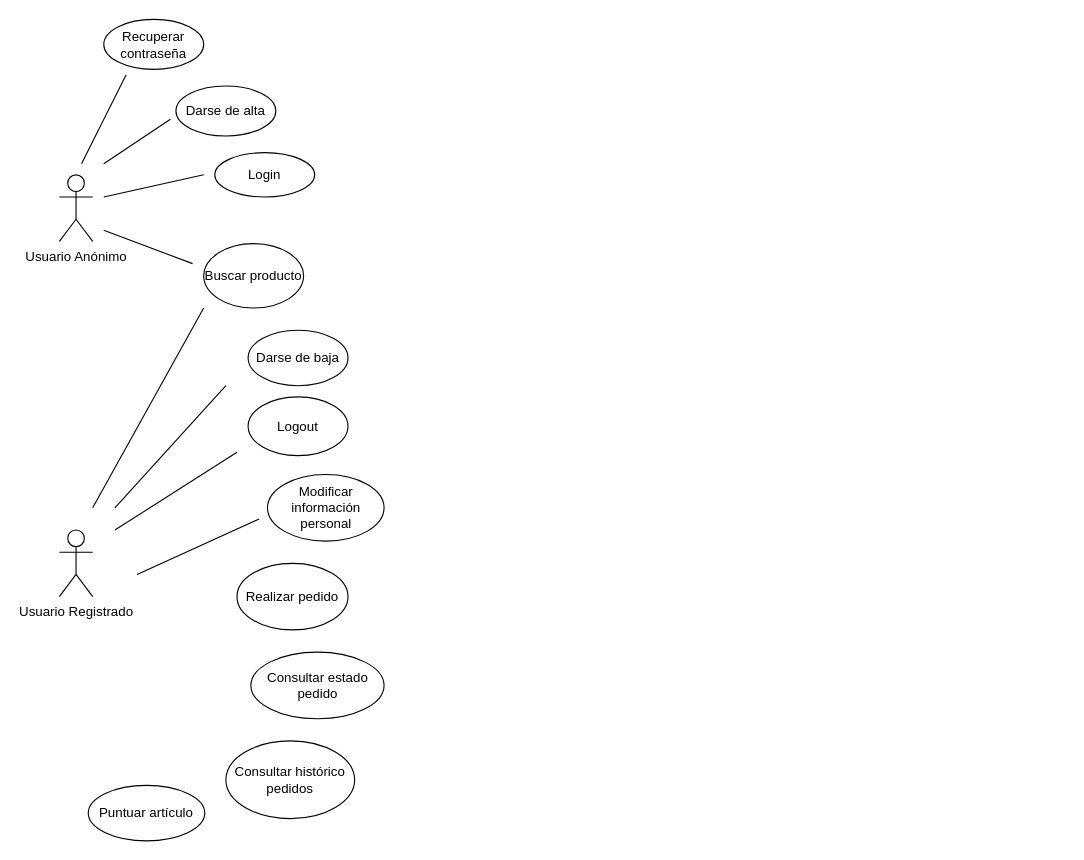
Before: Use-Case Diagram.drawio in misrraimsp/firstmarket, a draw.io diagram. Source tidied: cells renumbered, new cells numbered last; positions are measured from the earlier drawing's top-left corner, leaving out a move shared by most shapes. Both pictures are drawn from the tidied source at 111%, with x=0, y=0 at pixel (59, 19).
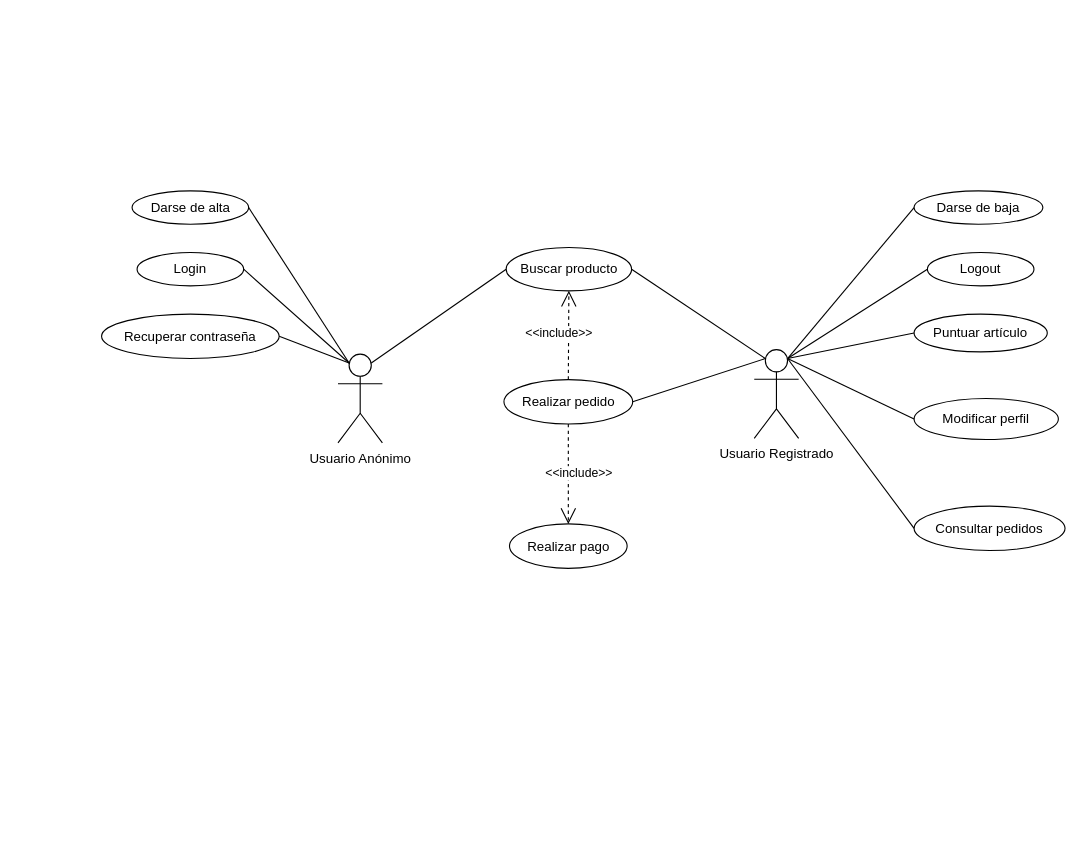
The same page after the edit.

Commit message (it also covers changes not shown here):
adding new use-case spec

What changed in the source:
```diff
@@
     <mxCell id="2" value="&lt;div&gt;Usuario Anónimo&lt;/div&gt;" style="shape=umlActor;verticalLabelPosition=bottom;labelBackgroundColor=#ffffff;verticalAlign=top;html=1;outlineConnect=0;" parent="1" vertex="1">
-      <mxGeometry y="140" width="30" height="60" as="geometry" />
+      <mxGeometry x="251" y="301.5" width="40" height="80" as="geometry" />
     </mxCell>
-    <mxCell id="3" value="Usuario Registrado" style="shape=umlActor;verticalLabelPosition=bottom;labelBackgroundColor=#ffffff;verticalAlign=top;html=1;outlineConnect=0;" parent="1" vertex="1">
-      <mxGeometry y="460" width="30" height="60" as="geometry" />
-    </mxCell>
     <mxCell id="4" value="Darse de alta" style="ellipse;whiteSpace=wrap;html=1;" parent="1" vertex="1">
-      <mxGeometry x="105" y="60" width="90" height="45" as="geometry" />
+      <mxGeometry x="65.5" y="154.5" width="105" height="30" as="geometry" />
     </mxCell>
-    <mxCell id="5" value="Login" style="ellipse;whiteSpace=wrap;html=1;" parent="1" vertex="1">
-      <mxGeometry x="140" y="120" width="90" height="40" as="geometry" />
-    </mxCell>
     <mxCell id="6" value="Buscar producto" style="ellipse;whiteSpace=wrap;html=1;" parent="1" vertex="1">
-      <mxGeometry x="130" y="202" width="90" height="58" as="geometry" />
+      <mxGeometry x="402.5" y="205.5" width="113" height="39" as="geometry" />
     </mxCell>
     <mxCell id="7" value="Darse de baja" style="ellipse;whiteSpace=wrap;html=1;" parent="1" vertex="1">
-      <mxGeometry x="170" y="280" width="90" height="50" as="geometry" />
+      <mxGeometry x="770" y="154.5" width="116" height="30" as="geometry" />
     </mxCell>
-    <mxCell id="8" value="Modificar información personal" style="ellipse;whiteSpace=wrap;html=1;" parent="1" vertex="1">
-      <mxGeometry x="187.5" y="410" width="105" height="60" as="geometry" />
+    <mxCell id="8" value="Modificar perfil" style="ellipse;whiteSpace=wrap;html=1;" parent="1" vertex="1">
+      <mxGeometry x="770" y="341.5" width="130" height="37" as="geometry" />
     </mxCell>
     <mxCell id="9" value="Logout" style="ellipse;whiteSpace=wrap;html=1;" parent="1" vertex="1">
-      <mxGeometry x="170" y="340" width="90" height="53" as="geometry" />
+      <mxGeometry x="782" y="210" width="96" height="30" as="geometry" />
     </mxCell>
     <mxCell id="10" value="Realizar pedido" style="ellipse;whiteSpace=wrap;html=1;" parent="1" vertex="1">
-      <mxGeometry x="160" y="490" width="100" height="60" as="geometry" />
+      <mxGeometry x="400.5" y="324.5" width="116" height="40" as="geometry" />
     </mxCell>
-    <mxCell id="11" value="Consultar estado pedido" style="ellipse;whiteSpace=wrap;html=1;" parent="1" vertex="1">
-      <mxGeometry x="172.5" y="570" width="120" height="60" as="geometry" />
-    </mxCell>
-    <mxCell id="12" value="Consultar histórico pedidos" style="ellipse;whiteSpace=wrap;html=1;" parent="1" vertex="1">
-      <mxGeometry x="150" y="650" width="116" height="70" as="geometry" />
+    <mxCell id="12" value="Consultar pedidos" style="ellipse;whiteSpace=wrap;html=1;" parent="1" vertex="1">
+      <mxGeometry x="770" y="438.5" width="136" height="40" as="geometry" />
     </mxCell>
     <mxCell id="13" value="Puntuar artículo" style="ellipse;whiteSpace=wrap;html=1;" parent="1" vertex="1">
-      <mxGeometry x="26" y="690" width="105" height="50" as="geometry" />
+      <mxGeometry x="770" y="265.5" width="120" height="34" as="geometry" />
     </mxCell>
     <mxCell id="14" value="Recuperar contraseña" style="ellipse;whiteSpace=wrap;html=1;" parent="1" vertex="1">
-      <mxGeometry x="40" width="90" height="45" as="geometry" />
+      <mxGeometry x="38" y="265.5" width="160" height="40" as="geometry" />
     </mxCell>
-    <mxCell id="15" style="endArrow=none;html=1;" parent="1" edge="1">
-      <mxGeometry relative="1" as="geometry">
-        <mxPoint x="20" y="130" as="sourcePoint" />
-        <mxPoint x="60" y="50" as="targetPoint" />
-      </mxGeometry>
+    <mxCell id="15" style="endArrow=none;html=1;entryX=0.25;entryY=0.1;entryDx=0;entryDy=0;entryPerimeter=0;exitX=1;exitY=0.5;exitDx=0;exitDy=0;" parent="1" edge="1" source="6" target="3">
+      <mxGeometry relative="1" as="geometry" />
     </mxCell>
-    <mxCell id="16" style="endArrow=none;html=1;" parent="1" edge="1">
-      <mxGeometry relative="1" as="geometry">
-        <mxPoint x="40" y="130" as="sourcePoint" />
-        <mxPoint x="100" y="90" as="targetPoint" />
-      </mxGeometry>
+    <mxCell id="16" style="endArrow=none;html=1;entryX=0.25;entryY=0.1;entryDx=0;entryDy=0;entryPerimeter=0;exitX=1;exitY=0.5;exitDx=0;exitDy=0;" parent="1" edge="1" source="4" target="2">
+      <mxGeometry relative="1" as="geometry" />
     </mxCell>
-    <mxCell id="17" style="endArrow=none;html=1;" parent="1" edge="1">
-      <mxGeometry relative="1" as="geometry">
-        <mxPoint x="40" y="160" as="sourcePoint" />
-        <mxPoint x="130" y="140" as="targetPoint" />
-      </mxGeometry>
+    <mxCell id="17" style="endArrow=none;html=1;entryX=0;entryY=0.5;entryDx=0;entryDy=0;exitX=0.75;exitY=0.1;exitDx=0;exitDy=0;exitPerimeter=0;" parent="1" edge="1" source="2" target="6">
+      <mxGeometry relative="1" as="geometry" />
     </mxCell>
-    <mxCell id="18" style="endArrow=none;html=1;" parent="1" edge="1">
-      <mxGeometry relative="1" as="geometry">
-        <mxPoint x="40" y="190" as="sourcePoint" />
-        <mxPoint x="120" y="220" as="targetPoint" />
-      </mxGeometry>
+    <mxCell id="18" style="endArrow=none;html=1;exitX=0.75;exitY=0.1;exitDx=0;exitDy=0;exitPerimeter=0;entryX=0;entryY=0.5;entryDx=0;entryDy=0;" parent="1" edge="1" source="3" target="12">
+      <mxGeometry relative="1" as="geometry" />
     </mxCell>
-    <mxCell id="19" style="endArrow=none;html=1;" parent="1" edge="1">
-      <mxGeometry relative="1" as="geometry">
-        <mxPoint x="30" y="440" as="sourcePoint" />
-        <mxPoint x="130" y="260" as="targetPoint" />
-      </mxGeometry>
+    <mxCell id="19" style="endArrow=none;html=1;exitX=0.75;exitY=0.1;exitDx=0;exitDy=0;exitPerimeter=0;entryX=0;entryY=0.5;entryDx=0;entryDy=0;" parent="1" edge="1" source="3" target="7">
+      <mxGeometry relative="1" as="geometry" />
     </mxCell>
-    <mxCell id="20" style="endArrow=none;html=1;" parent="1" edge="1">
-      <mxGeometry relative="1" as="geometry">
-        <mxPoint x="50" y="460" as="sourcePoint" />
-        <mxPoint x="160" y="390" as="targetPoint" />
-      </mxGeometry>
+    <mxCell id="20" style="endArrow=none;html=1;exitX=0.75;exitY=0.1;exitDx=0;exitDy=0;exitPerimeter=0;entryX=0;entryY=0.5;entryDx=0;entryDy=0;" parent="1" edge="1" source="3" target="13">
+      <mxGeometry relative="1" as="geometry" />
     </mxCell>
-    <mxCell id="21" style="endArrow=none;html=1;" parent="1" edge="1">
-      <mxGeometry relative="1" as="geometry">
-        <mxPoint x="150" y="330" as="sourcePoint" />
-        <mxPoint x="50" y="440" as="targetPoint" />
-      </mxGeometry>
+    <mxCell id="21" style="endArrow=none;html=1;entryX=0.75;entryY=0.1;entryDx=0;entryDy=0;entryPerimeter=0;exitX=0;exitY=0.5;exitDx=0;exitDy=0;" parent="1" edge="1" source="9" target="3">
+      <mxGeometry relative="1" as="geometry" />
     </mxCell>
-    <mxCell id="22" style="endArrow=none;html=1;" parent="1" edge="1">
-      <mxGeometry relative="1" as="geometry">
-        <mxPoint x="70" y="500" as="sourcePoint" />
-        <mxPoint x="180" y="450" as="targetPoint" />
-      </mxGeometry>
+    <mxCell id="22" style="endArrow=none;html=1;entryX=0.25;entryY=0.1;entryDx=0;entryDy=0;entryPerimeter=0;exitX=1;exitY=0.5;exitDx=0;exitDy=0;" parent="1" edge="1" source="10" target="3">
+      <mxGeometry relative="1" as="geometry" />
     </mxCell>
+    <mxCell id="23" style="endArrow=none;html=1;entryX=0.25;entryY=0.1;entryDx=0;entryDy=0;entryPerimeter=0;exitX=1;exitY=0.5;exitDx=0;exitDy=0;" parent="1" edge="1" source="5" target="2">
+      <mxGeometry relative="1" as="geometry" />
+    </mxCell>
+    <mxCell id="24" style="endArrow=none;html=1;entryX=0.25;entryY=0.1;entryDx=0;entryDy=0;entryPerimeter=0;exitX=1;exitY=0.5;exitDx=0;exitDy=0;" parent="1" edge="1" source="14" target="2">
+      <mxGeometry relative="1" as="geometry" />
+    </mxCell>
+    <mxCell id="25" style="endArrow=none;html=1;exitX=0.75;exitY=0.1;exitDx=0;exitDy=0;exitPerimeter=0;entryX=0;entryY=0.5;entryDx=0;entryDy=0;" parent="1" edge="1" source="3" target="8">
+      <mxGeometry relative="1" as="geometry" />
+    </mxCell>
+    <mxCell id="3" value="&lt;div&gt;Usuario Registrado&lt;/div&gt;" style="shape=umlActor;verticalLabelPosition=bottom;labelBackgroundColor=#ffffff;verticalAlign=top;html=1;outlineConnect=0;" parent="1" vertex="1">
+      <mxGeometry x="626" y="297.5" width="40" height="80" as="geometry" />
+    </mxCell>
+    <mxCell id="26" value="Realizar pago" style="ellipse;whiteSpace=wrap;html=1;" parent="1" vertex="1">
+      <mxGeometry x="405.5" y="454.5" width="106" height="40" as="geometry" />
+    </mxCell>
+    <mxCell id="5" value="Login" style="ellipse;whiteSpace=wrap;html=1;" parent="1" vertex="1">
+      <mxGeometry x="70" y="210" width="96" height="30" as="geometry" />
+    </mxCell>
+    <mxCell id="27" value="&amp;lt;&amp;lt;include&amp;gt;&amp;gt;" style="endArrow=open;endSize=12;dashed=1;html=1;exitX=0.5;exitY=0;exitDx=0;exitDy=0;entryX=0.5;entryY=1;entryDx=0;entryDy=0;" parent="1" edge="1" source="10" target="6">
+      <mxGeometry y="9" relative="1" as="geometry">
+        <mxPoint y="-1" as="offset" />
+      </mxGeometry>
+    </mxCell>
+    <mxCell id="28" value="&amp;lt;&amp;lt;include&amp;gt;&amp;gt;" style="endArrow=open;endSize=12;dashed=1;html=1;exitX=0.5;exitY=1;exitDx=0;exitDy=0;entryX=0.5;entryY=0;entryDx=0;entryDy=0;" parent="1" edge="1" source="10" target="26">
+      <mxGeometry y="9" relative="1" as="geometry">
+        <mxPoint y="-1" as="offset" />
+      </mxGeometry>
+    </mxCell>
```
